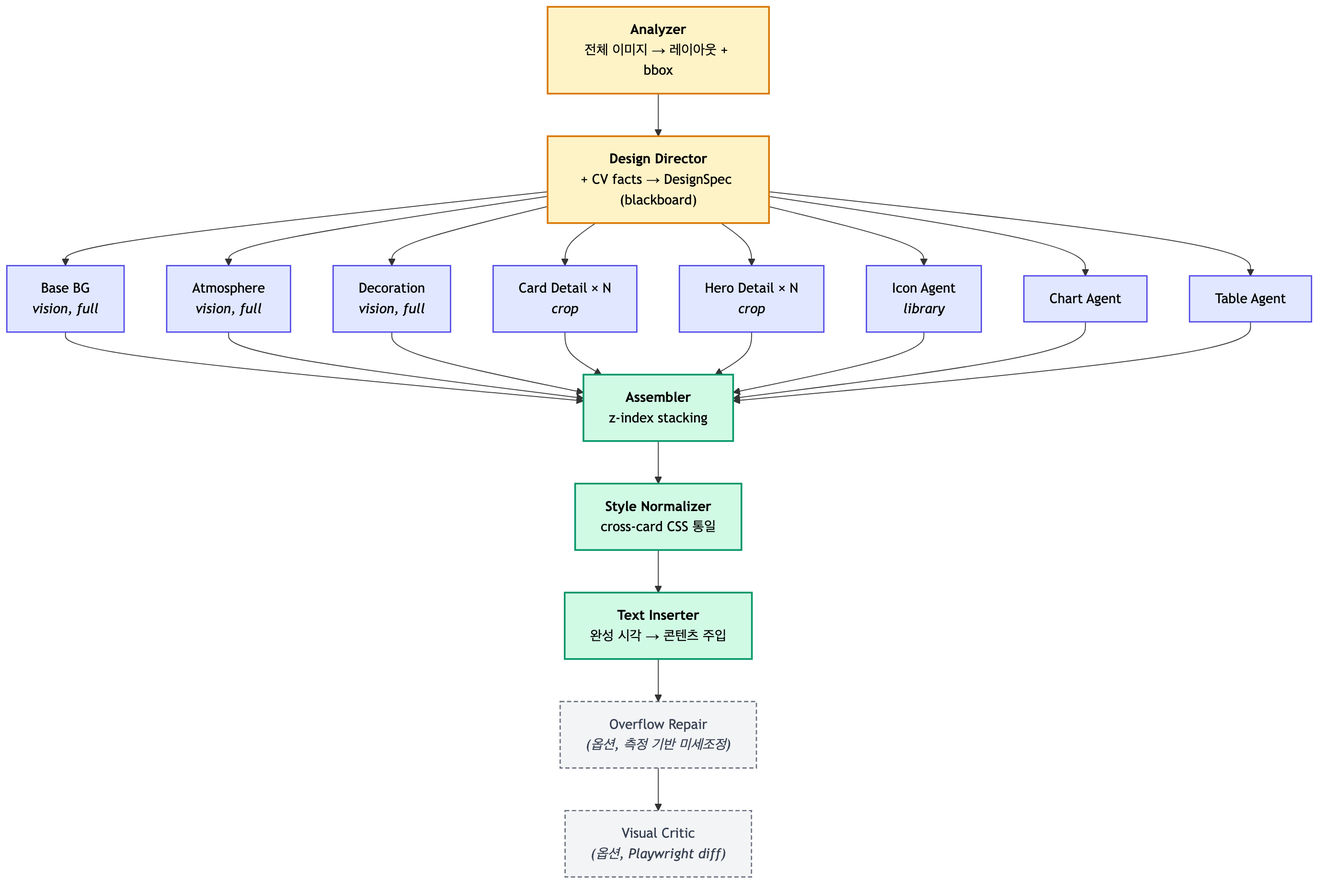
Above: results/figures/layeragent_architecture.png in johnny9210/ppt_paper (Mermaid), before the change. Its source is kept beside it as results/figures/layeragent_architecture.mmd.
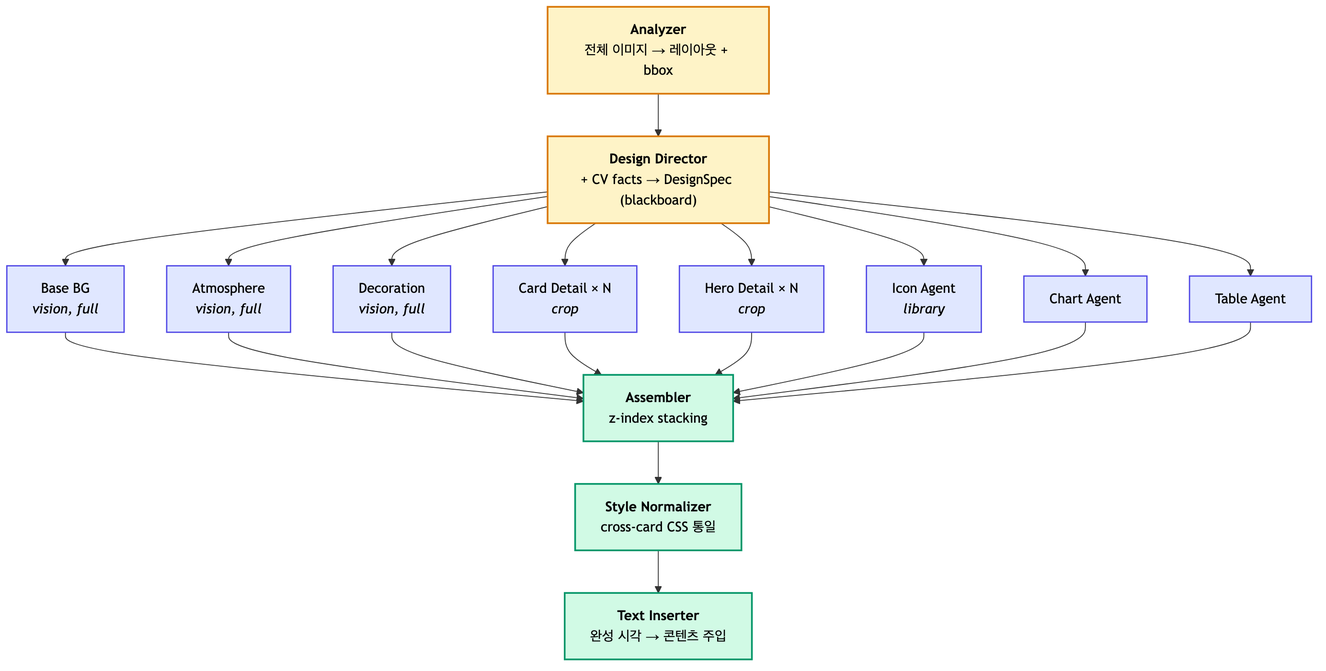
The same diagram one commit later.

Commit message:
Drop optional stages from Figure 5 architecture diagram

Remove Overflow Repair and Visual Critic from the architecture diagram.
Both are marked "(선택)" in §4.8–§4.9 and are disabled in every
experiment reported in §6 (no run uses them). Keeping them in the
architecture invites readers to wonder whether reported metrics
benefit from them. The diagram now matches the measurement scope.

Caption updated to "측정 대상 파이프라인" and notes that the optional
stages are described separately in §4.8–§4.9.

Change to the diagram source:
```diff
@@ -12,8 +12,6 @@
     C["<b>Assembler</b><br/>z-index stacking"]
     D["<b>Style Normalizer</b><br/>cross-card CSS 통일"]
     E["<b>Text Inserter</b><br/>완성 시각 → 콘텐츠 주입"]
-    F["Overflow Repair<br/><i>(옵션, 측정 기반 미세조정)</i>"]
-    G["Visual Critic<br/><i>(옵션, Playwright diff)</i>"]
 
     A --> B
     B --> S1
@@ -34,16 +32,12 @@
     S8 --> C
     C --> D
     D --> E
-    E --> F
-    F --> G
 
     classDef stage0 fill:#FEF3C7,stroke:#D97706,stroke-width:2px,color:#000
     classDef stage1 fill:#DBEAFE,stroke:#2563EB,stroke-width:2px,color:#000
     classDef specialist fill:#E0E7FF,stroke:#4F46E5,stroke-width:1.5px,color:#000
     classDef stage2 fill:#D1FAE5,stroke:#059669,stroke-width:2px,color:#000
-    classDef optional fill:#F3F4F6,stroke:#6B7280,stroke-width:1.5px,stroke-dasharray:5 3,color:#374151
 
     class A,B stage0
     class C,D,E stage2
     class S1,S2,S3,S4,S5,S6,S7,S8 specialist
-    class F,G optional
```
